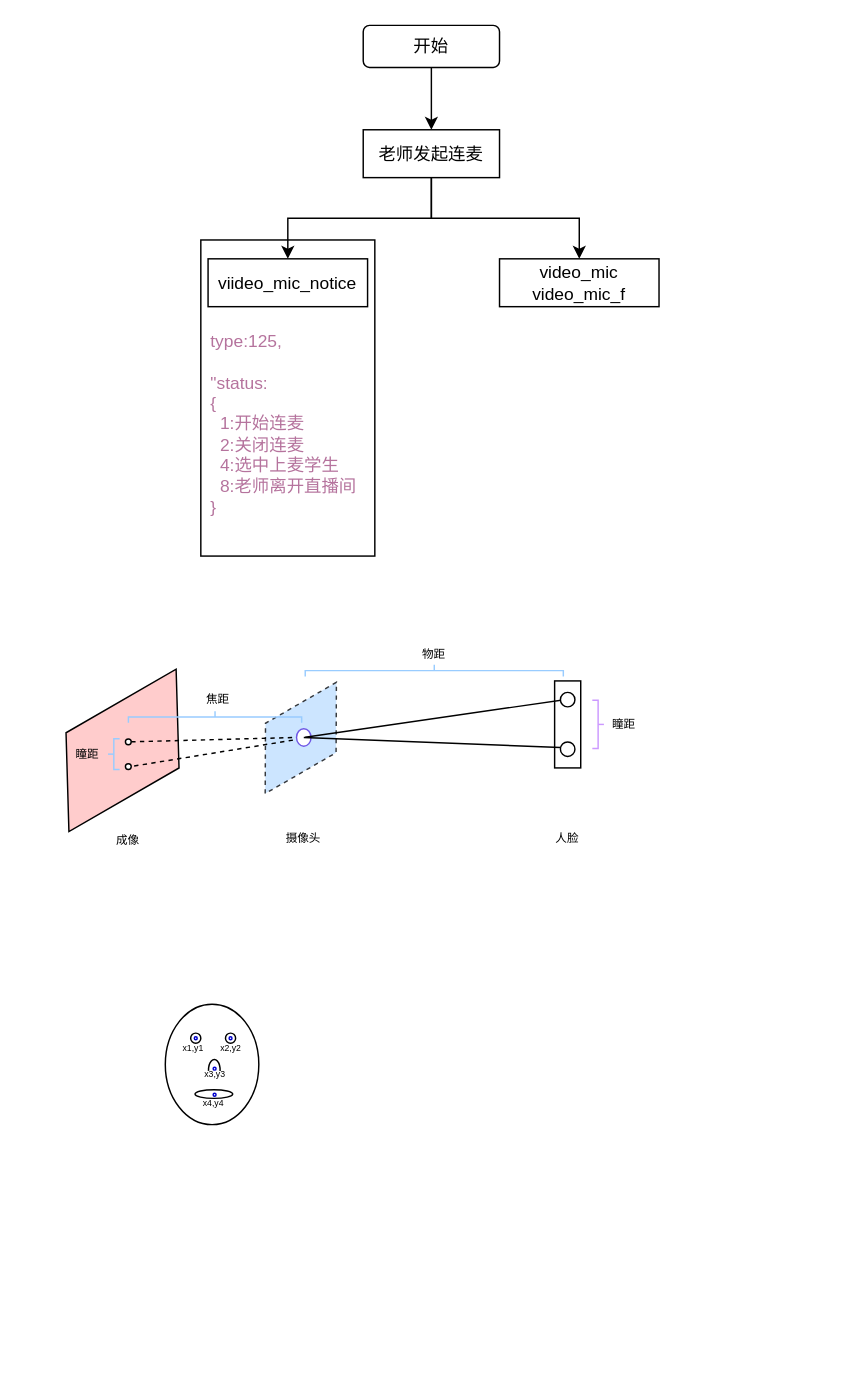
The draw.io diagram 未命名绘图.drawio in dlztal/drawio, before the edit. Source tidied: cells renumbered, new cells numbered last; positions are measured from the earlier drawing's top-left corner, leaving out a move shared by most shapes. Both pictures are drawn from the tidied source at 145%, with x=0, y=0 at pixel (35, 25).
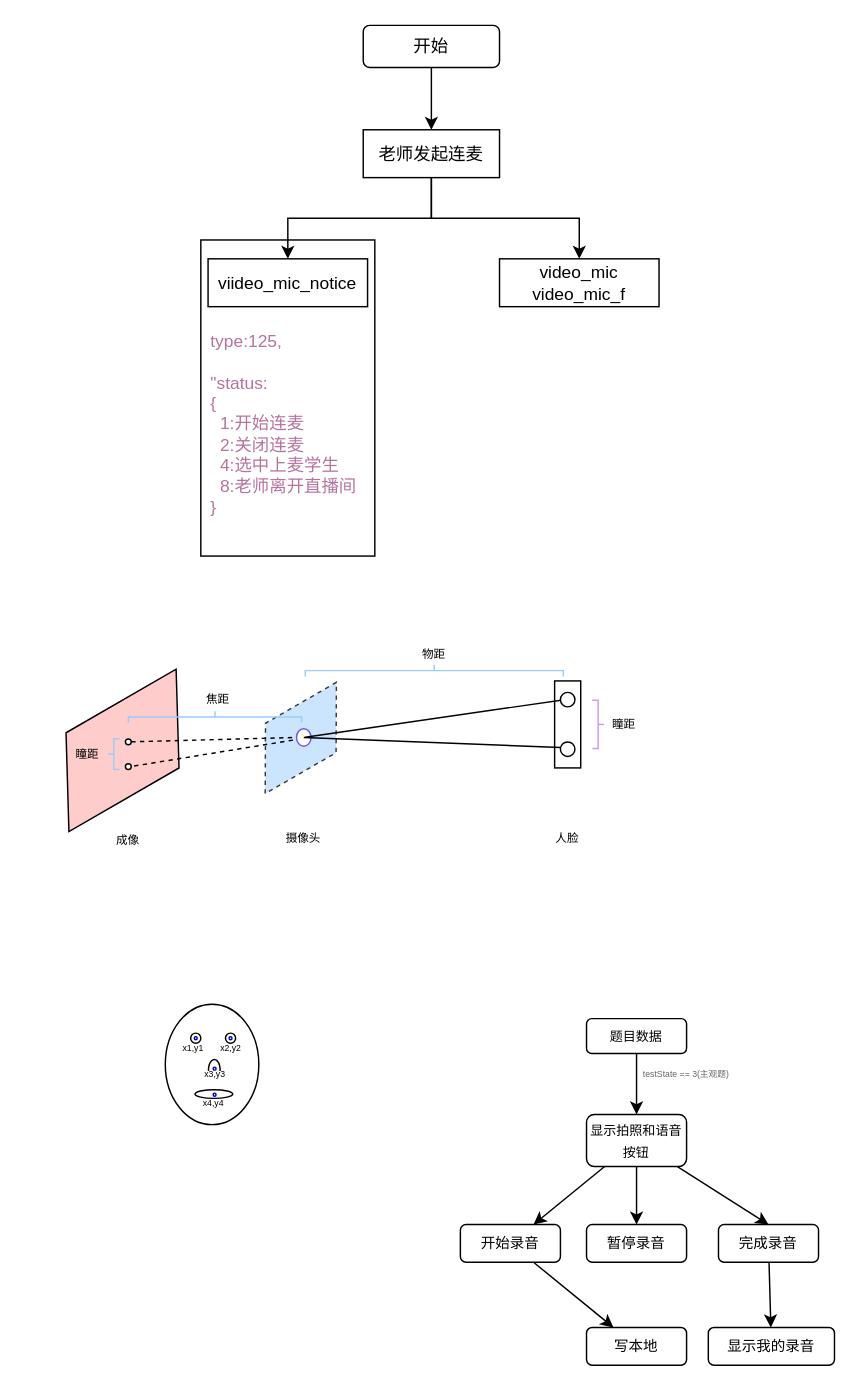
After the change.

Commit message:
更新未命名绘图.drawio

Change to the diagram source:
```diff
@@
+    <mxCell id="47" style="edgeStyle=orthogonalEdgeStyle;rounded=0;jettySize=auto;html=1;" parent="1" edge="1" source="48" target="50">
+      <mxGeometry relative="1" as="geometry" />
+    </mxCell>
+    <mxCell id="48" value="&lt;font style=&quot;font-size: 9px;&quot;&gt;题目数据&lt;/font&gt;" style="rounded=1;whiteSpace=wrap;html=1;" parent="1" vertex="1">
+      <mxGeometry x="380" y="685" width="69" height="24" as="geometry" />
+    </mxCell>
+    <mxCell id="49" style="rounded=0;jettySize=auto;html=1;" parent="1" edge="1" source="50" target="54">
+      <mxGeometry relative="1" as="geometry" />
+    </mxCell>
+    <mxCell id="50" value="&lt;font style=&quot;font-size: 9px;&quot;&gt;显示拍照和语音按钮&lt;/font&gt;" style="rounded=1;whiteSpace=wrap;html=1;" parent="1" vertex="1">
+      <mxGeometry x="380" y="751.1" width="69" height="35.9" as="geometry" />
+    </mxCell>
+    <mxCell id="51" value="&lt;font color=&quot;#666666&quot; style=&quot;font-size: 6px;&quot;&gt;testState == 3(主观题)&lt;/font&gt;" style="text;html=1;strokeColor=none;fillColor=none;align=center;verticalAlign=middle;whiteSpace=wrap;rounded=0;" parent="1" vertex="1">
+      <mxGeometry x="402" y="707.1" width="94" height="30" as="geometry" />
+    </mxCell>
+    <mxCell id="52" style="rounded=0;jettySize=auto;html=1;" parent="1" edge="1" source="53" target="57">
+      <mxGeometry relative="1" as="geometry" />
+    </mxCell>
+    <mxCell id="53" value="&lt;font size=&quot;1&quot;&gt;开始录音&lt;/font&gt;" style="rounded=1;whiteSpace=wrap;html=1;" parent="1" vertex="1">
+      <mxGeometry x="293" y="827" width="69" height="26" as="geometry" />
+    </mxCell>
+    <mxCell id="54" value="&lt;font size=&quot;1&quot;&gt;暂停录音&lt;/font&gt;" style="rounded=1;whiteSpace=wrap;html=1;" parent="1" vertex="1">
+      <mxGeometry x="380" y="827" width="69" height="26" as="geometry" />
+    </mxCell>
+    <mxCell id="55" style="rounded=0;jettySize=auto;html=1;" parent="1" edge="1" source="56" target="60">
+      <mxGeometry relative="1" as="geometry" />
+    </mxCell>
+    <mxCell id="56" value="&lt;font size=&quot;1&quot;&gt;完成录音&lt;/font&gt;" style="rounded=1;whiteSpace=wrap;html=1;" parent="1" vertex="1">
+      <mxGeometry x="471" y="827" width="69" height="26" as="geometry" />
+    </mxCell>
+    <mxCell id="57" value="&lt;font size=&quot;1&quot;&gt;写本地&lt;/font&gt;" style="rounded=1;whiteSpace=wrap;html=1;" parent="1" vertex="1">
+      <mxGeometry x="380" y="898" width="69" height="26" as="geometry" />
+    </mxCell>
+    <mxCell id="58" style="endArrow=classic;html=1;rounded=0;" parent="1" edge="1" source="50" target="53">
+      <mxGeometry relative="1" as="geometry" />
+    </mxCell>
+    <mxCell id="59" style="endArrow=classic;html=1;rounded=0;entryX=0.5;entryY=0;entryDx=0;entryDy=0;" parent="1" edge="1" source="50" target="56">
+      <mxGeometry relative="1" as="geometry" />
+    </mxCell>
+    <mxCell id="60" value="&lt;font size=&quot;1&quot;&gt;显示我的录音&lt;/font&gt;" style="rounded=1;whiteSpace=wrap;html=1;" parent="1" vertex="1">
+      <mxGeometry x="464" y="898" width="87" height="26" as="geometry" />
+    </mxCell>
```
